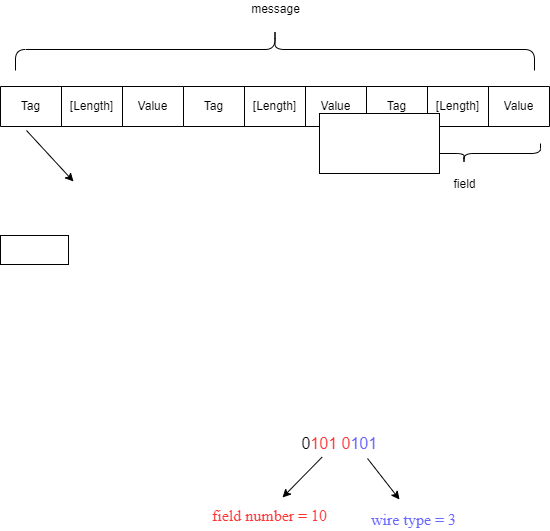
The draw.io diagram protobuf/demo2.png in sihaibao/note, before a commit. Source tidied: cells renumbered, new cells last; positions are measured from the earlier drawing's top-left corner, leaving out a move shared by most shapes. Its diagram source:
```xml
<mxGraphModel>
  <root>
    <mxCell id="0" />
    <mxCell id="1" parent="0" />
    <mxCell id="2" value="0&lt;font color=&quot;#ff3333&quot;&gt;101 0&lt;/font&gt;&lt;font color=&quot;#6666ff&quot;&gt;101&amp;nbsp;&lt;/font&gt;" style="text;html=1;align=center;verticalAlign=middle;points=[];strokeColor=none;fillColor=none;fontSize=16;" parent="1" vertex="1">
      <mxGeometry x="291" y="433" width="100" height="20" as="geometry" />
    </mxCell>
    <mxCell id="3" style="endArrow=classic;html=1;rounded=0;shadow=0;fontSize=16;fontColor=#6666FF;fontFamily=Times New Roman;exitX=0.306;exitY=1.18;exitDx=0;exitDy=0;exitPerimeter=0;" parent="1" edge="1" source="2">
      <mxGeometry relative="1" as="geometry">
        <mxPoint x="282" y="497" as="targetPoint" />
      </mxGeometry>
    </mxCell>
    <mxCell id="4" style="endArrow=classic;html=1;rounded=0;shadow=0;fontSize=16;fontColor=#6666FF;fontFamily=Times New Roman;" parent="1" edge="1">
      <mxGeometry relative="1" as="geometry">
        <mxPoint x="367" y="458" as="sourcePoint" />
        <mxPoint x="399" y="499" as="targetPoint" />
      </mxGeometry>
    </mxCell>
    <mxCell id="5" value="&lt;font color=&quot;#6666ff&quot;&gt;wire type = 3&lt;/font&gt;" style="text;html=1;align=center;verticalAlign=middle;strokeColor=none;fillColor=none;fontSize=16;fontFamily=Times New Roman;fontColor=#000000;" parent="1" vertex="1">
      <mxGeometry x="365" y="507" width="95" height="23" as="geometry" />
    </mxCell>
    <mxCell id="6" value="&lt;font color=&quot;#ff3333&quot;&gt;field number = 10&lt;/font&gt;" style="text;html=1;align=center;verticalAlign=middle;strokeColor=none;fillColor=none;fontSize=16;fontFamily=Times New Roman;fontColor=#000000;" parent="1" vertex="1">
      <mxGeometry x="206" y="503" width="125" height="23" as="geometry" />
    </mxCell>
    <mxCell id="7" style="shape=table;html=1;whiteSpace=wrap;startSize=0;" parent="1" vertex="1">
      <mxGeometry y="86" width="183" height="40" as="geometry" />
    </mxCell>
    <mxCell id="8" style="shape=tableRow;horizontal=0;startSize=0;swimlaneHead=0;swimlaneBody=0;top=0;left=0;bottom=0;right=0;fillColor=none;" parent="7" vertex="1">
      <mxGeometry width="183" height="40" as="geometry" />
    </mxCell>
    <mxCell id="9" value="Tag" style="shape=partialRectangle;html=1;whiteSpace=wrap;fillColor=none;top=0;left=0;bottom=0;right=0;overflow=hidden;" parent="8" vertex="1">
      <mxGeometry width="61" height="40" as="geometry" />
    </mxCell>
    <mxCell id="10" value="[Length]" style="shape=partialRectangle;html=1;whiteSpace=wrap;fillColor=none;top=0;left=0;bottom=0;right=0;overflow=hidden;" parent="8" vertex="1">
      <mxGeometry x="61" width="61" height="40" as="geometry" />
    </mxCell>
    <mxCell id="11" value="Value" style="shape=partialRectangle;html=1;whiteSpace=wrap;fillColor=none;top=0;left=0;bottom=0;right=0;overflow=hidden;" parent="8" vertex="1">
      <mxGeometry x="122" width="61" height="40" as="geometry" />
    </mxCell>
    <mxCell id="12" style="shape=table;html=1;whiteSpace=wrap;startSize=0;" parent="1" vertex="1">
      <mxGeometry x="183" y="86" width="183" height="40" as="geometry" />
    </mxCell>
    <mxCell id="13" style="shape=tableRow;horizontal=0;startSize=0;swimlaneHead=0;swimlaneBody=0;top=0;left=0;bottom=0;right=0;fillColor=none;" parent="12" vertex="1">
      <mxGeometry width="183" height="40" as="geometry" />
    </mxCell>
    <mxCell id="14" value="Tag" style="shape=partialRectangle;html=1;whiteSpace=wrap;fillColor=none;top=0;left=0;bottom=0;right=0;overflow=hidden;" parent="13" vertex="1">
      <mxGeometry width="61" height="40" as="geometry" />
    </mxCell>
    <mxCell id="15" value="[Length]" style="shape=partialRectangle;html=1;whiteSpace=wrap;fillColor=none;top=0;left=0;bottom=0;right=0;overflow=hidden;" parent="13" vertex="1">
      <mxGeometry x="61" width="61" height="40" as="geometry" />
    </mxCell>
    <mxCell id="16" value="Value" style="shape=partialRectangle;html=1;whiteSpace=wrap;fillColor=none;top=0;left=0;bottom=0;right=0;overflow=hidden;" parent="13" vertex="1">
      <mxGeometry x="122" width="61" height="40" as="geometry" />
    </mxCell>
    <mxCell id="17" style="shape=table;html=1;whiteSpace=wrap;startSize=0;" parent="1" vertex="1">
      <mxGeometry x="366" y="86" width="183" height="40" as="geometry" />
    </mxCell>
    <mxCell id="18" style="shape=tableRow;horizontal=0;startSize=0;swimlaneHead=0;swimlaneBody=0;top=0;left=0;bottom=0;right=0;fillColor=none;" parent="17" vertex="1">
      <mxGeometry width="183" height="40" as="geometry" />
    </mxCell>
    <mxCell id="19" value="Tag" style="shape=partialRectangle;html=1;whiteSpace=wrap;fillColor=none;top=0;left=0;bottom=0;right=0;overflow=hidden;" parent="18" vertex="1">
      <mxGeometry width="61" height="40" as="geometry" />
    </mxCell>
    <mxCell id="20" value="[Length]" style="shape=partialRectangle;html=1;whiteSpace=wrap;fillColor=none;top=0;left=0;bottom=0;right=0;overflow=hidden;" parent="18" vertex="1">
      <mxGeometry x="61" width="61" height="40" as="geometry" />
    </mxCell>
    <mxCell id="21" value="Value" style="shape=partialRectangle;html=1;whiteSpace=wrap;fillColor=none;top=0;left=0;bottom=0;right=0;overflow=hidden;" parent="18" vertex="1">
      <mxGeometry x="122" width="61" height="40" as="geometry" />
    </mxCell>
    <mxCell id="22" style="shape=curlyBracket;whiteSpace=wrap;html=1;rounded=1;flipH=1;direction=south;" parent="1" vertex="1">
      <mxGeometry x="15" y="28" width="519" height="42" as="geometry" />
    </mxCell>
    <mxCell id="23" value="message" style="text;html=1;align=center;verticalAlign=middle;strokeColor=none;fillColor=none;" parent="1" vertex="1">
      <mxGeometry x="245" width="59" height="18" as="geometry" />
    </mxCell>
    <mxCell id="24" style="shape=curlyBracket;whiteSpace=wrap;html=1;rounded=1;flipH=1;direction=north;" parent="1" vertex="1">
      <mxGeometry x="387" y="143" width="153" height="20" as="geometry" />
    </mxCell>
    <mxCell id="25" value="field" style="text;html=1;align=center;verticalAlign=middle;strokeColor=none;fillColor=none;" parent="1" vertex="1">
      <mxGeometry x="447.5" y="175" width="32" height="18" as="geometry" />
    </mxCell>
    <mxCell id="26" style="endArrow=classic;html=1;rounded=0;" parent="1" edge="1">
      <mxGeometry relative="1" as="geometry">
        <mxPoint x="26" y="130" as="sourcePoint" />
        <mxPoint x="73" y="181" as="targetPoint" />
      </mxGeometry>
    </mxCell>
    <mxCell id="27" style="shape=partialRectangle;html=1;whiteSpace=wrap;fillColor=none;top=0;left=0;bottom=0;right=0;overflow=hidden;" parent="1" vertex="1">
      <mxGeometry x="177" y="214" width="61" height="40" as="geometry" />
    </mxCell>
    <mxCell id="28" style="rounded=0;whiteSpace=wrap;html=1;" parent="1" vertex="1">
      <mxGeometry x="319" y="113" width="120" height="60" as="geometry" />
    </mxCell>
    <mxCell id="29" style="rounded=0;whiteSpace=wrap;html=1;" parent="1" vertex="1">
      <mxGeometry y="235" width="68" height="29" as="geometry" />
    </mxCell>
  </root>
</mxGraphModel>
```
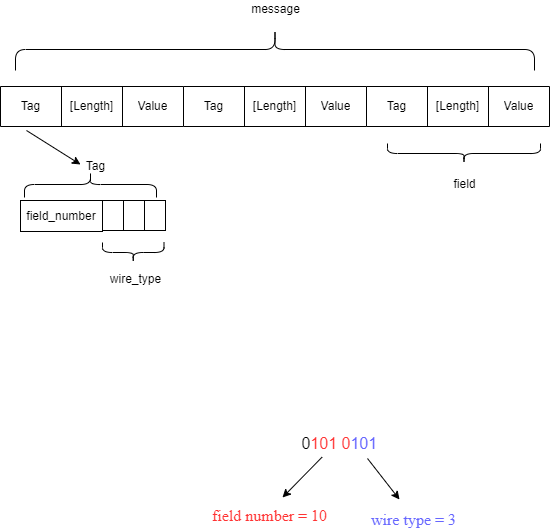
Later version of the same file.

Diff of the diagram source:
```diff
@@ -82,17 +82,35 @@
     <mxCell id="26" style="endArrow=classic;html=1;rounded=0;" parent="1" edge="1">
       <mxGeometry relative="1" as="geometry">
         <mxPoint x="26" y="130" as="sourcePoint" />
-        <mxPoint x="73" y="181" as="targetPoint" />
+        <mxPoint x="80" y="164" as="targetPoint" />
       </mxGeometry>
     </mxCell>
     <mxCell id="27" style="shape=partialRectangle;html=1;whiteSpace=wrap;fillColor=none;top=0;left=0;bottom=0;right=0;overflow=hidden;" parent="1" vertex="1">
       <mxGeometry x="177" y="214" width="61" height="40" as="geometry" />
     </mxCell>
-    <mxCell id="28" style="rounded=0;whiteSpace=wrap;html=1;" parent="1" vertex="1">
-      <mxGeometry x="319" y="113" width="120" height="60" as="geometry" />
-    </mxCell>
-    <mxCell id="29" style="rounded=0;whiteSpace=wrap;html=1;" parent="1" vertex="1">
-      <mxGeometry y="235" width="68" height="29" as="geometry" />
+    <mxCell id="29" value="field_number" style="rounded=0;whiteSpace=wrap;html=1;" parent="1" vertex="1">
+      <mxGeometry x="20" y="200" width="82" height="31" as="geometry" />
     </mxCell>
+    <mxCell id="30" style="rounded=0;whiteSpace=wrap;html=1;" parent="1" vertex="1">
+      <mxGeometry x="102" y="200" width="21" height="30" as="geometry" />
+    </mxCell>
+    <mxCell id="31" style="rounded=0;whiteSpace=wrap;html=1;" parent="1" vertex="1">
+      <mxGeometry x="123" y="200" width="21" height="30" as="geometry" />
+    </mxCell>
+    <mxCell id="32" style="rounded=0;whiteSpace=wrap;html=1;" parent="1" vertex="1">
+      <mxGeometry x="144" y="200" width="21" height="30" as="geometry" />
+    </mxCell>
+    <mxCell id="33" style="shape=curlyBracket;whiteSpace=wrap;html=1;rounded=1;flipH=1;direction=south;" parent="1" vertex="1">
+      <mxGeometry x="24" y="171" width="132" height="26" as="geometry" />
+    </mxCell>
+    <mxCell id="34" value="Tag" style="text;html=1;align=center;verticalAlign=middle;strokeColor=none;fillColor=none;" parent="1" vertex="1">
+      <mxGeometry x="80" y="157" width="29" height="18" as="geometry" />
+    </mxCell>
+    <mxCell id="35" style="shape=curlyBracket;whiteSpace=wrap;html=1;rounded=1;flipH=1;direction=north;" parent="1" vertex="1">
+      <mxGeometry x="102" y="242" width="61.5" height="20" as="geometry" />
+    </mxCell>
+    <mxCell id="36" value="wire_type" style="text;html=1;align=center;verticalAlign=middle;strokeColor=none;fillColor=none;" parent="1" vertex="1">
+      <mxGeometry x="104" y="270" width="61" height="18" as="geometry" />
+    </mxCell>
   </root>
 </mxGraphModel>
```
